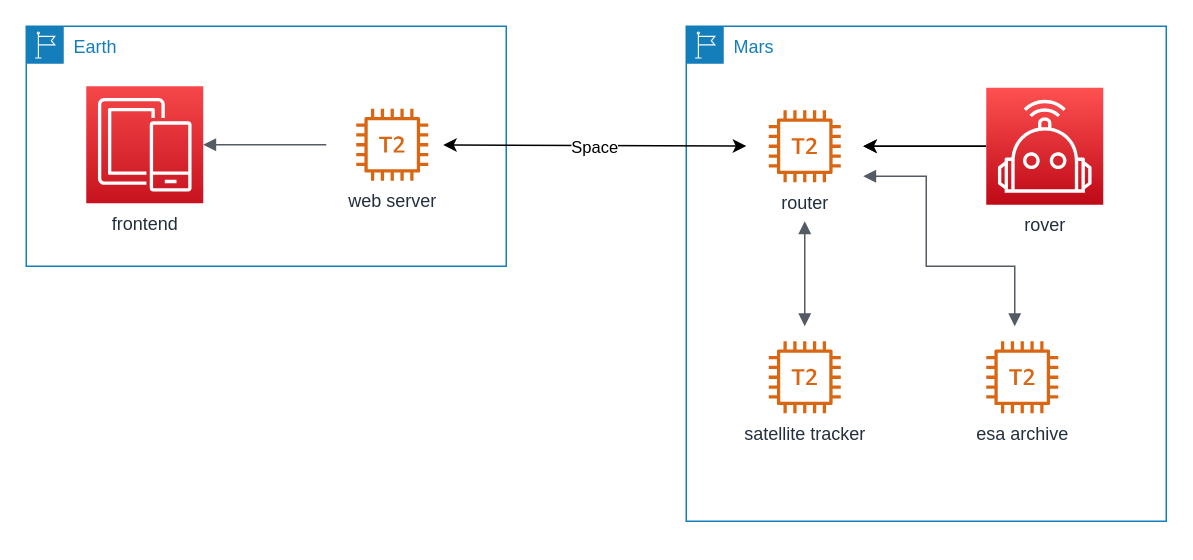
This is docs/infrastructure.drawio from mikayzo/NASA-SpaceApps-2020, a draw.io file, before an edit. Source tidied: cells renumbered, new cells numbered last; positions are measured from the earlier drawing's top-left corner, leaving out a move shared by most shapes. Both pictures are drawn from the tidied source at 150%, with x=0, y=0 at pixel (26, 26).
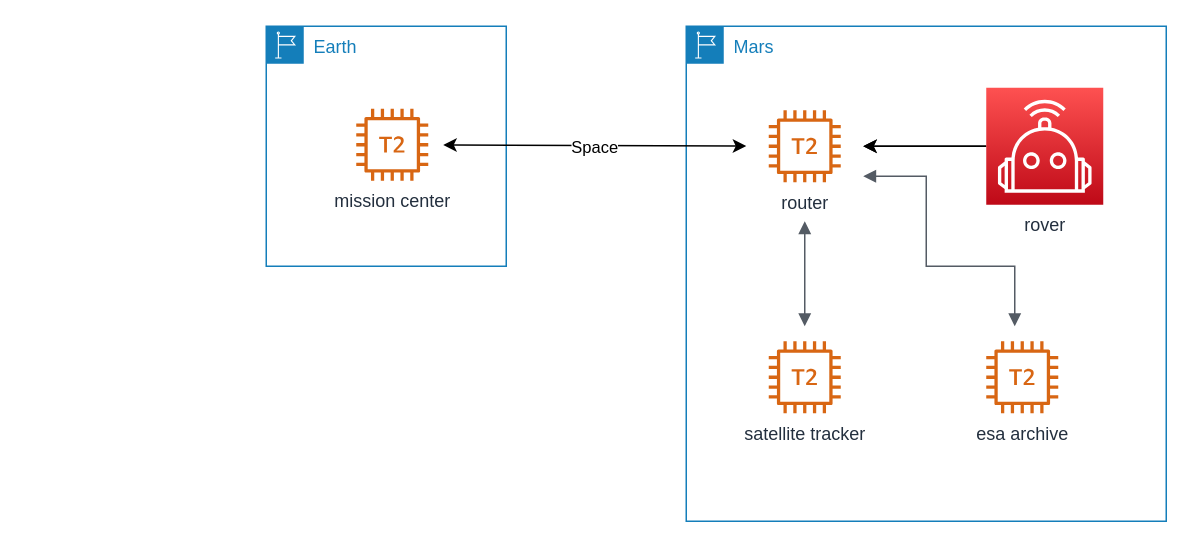
The same diagram, later.

The edit, as a diff of the source:
```diff
@@
     <mxCell id="3" value="Earth" style="gradientColor=none;html=1;whiteSpace=wrap;fontSize=12;fontStyle=0;shape=mxgraph.aws4.group;grIcon=mxgraph.aws4.group_region;strokeColor=#147EBA;fillColor=none;verticalAlign=top;align=left;spacingLeft=30;fontColor=#147EBA;dashed=0;" parent="1" vertex="1">
-      <mxGeometry width="320" height="160" as="geometry" />
+      <mxGeometry x="160" width="160" height="160" as="geometry" />
     </mxCell>
@@
-    <mxCell id="7" value="frontend" style="outlineConnect=0;fontColor=#232F3E;gradientColor=#F54749;gradientDirection=north;fillColor=#C7131F;strokeColor=#ffffff;dashed=0;verticalLabelPosition=bottom;verticalAlign=top;align=center;html=1;fontSize=12;fontStyle=0;shape=mxgraph.aws4.resourceIcon;resIcon=mxgraph.aws4.mobile;" parent="1" vertex="1">
-      <mxGeometry x="40" y="40" width="78" height="78" as="geometry" />
-    </mxCell>
@@
-    <mxCell id="12" style="edgeStyle=orthogonalEdgeStyle;html=1;endArrow=none;elbow=vertical;startArrow=block;startFill=1;strokeColor=#545B64;rounded=0;" parent="1" edge="1" source="7">
-      <mxGeometry relative="1" as="geometry">
-        <mxPoint x="200" y="79" as="targetPoint" />
-      </mxGeometry>
-    </mxCell>
@@
-    <mxCell id="16" value="web server" style="fontColor=#232F3E;gradientColor=none;fillColor=#D86613;strokeColor=none;dashed=0;verticalLabelPosition=bottom;verticalAlign=top;align=center;html=1;fontSize=12;fontStyle=0;shape=mxgraph.aws4.t2_instance;" parent="1" vertex="1">
+    <mxCell id="16" value="mission center" style="fontColor=#232F3E;gradientColor=none;fillColor=#D86613;strokeColor=none;dashed=0;verticalLabelPosition=bottom;verticalAlign=top;align=center;html=1;fontSize=12;fontStyle=0;shape=mxgraph.aws4.t2_instance;" parent="1" vertex="1">
       <mxGeometry x="220" y="55" width="48" height="48" as="geometry" />
     </mxCell>
```
